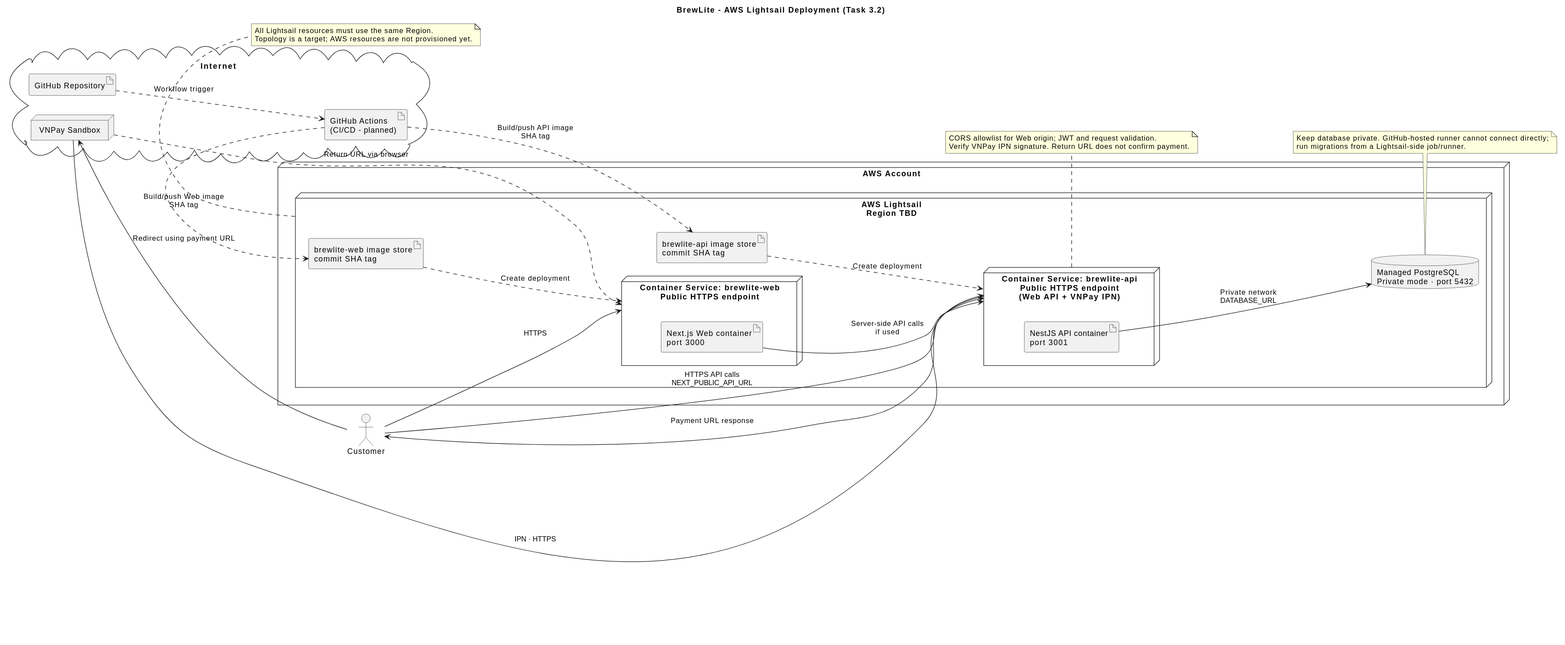
The PlantUML diagram docs/diagrams/deploymentDiagram.svg in VKhair/brewlite, before a commit.
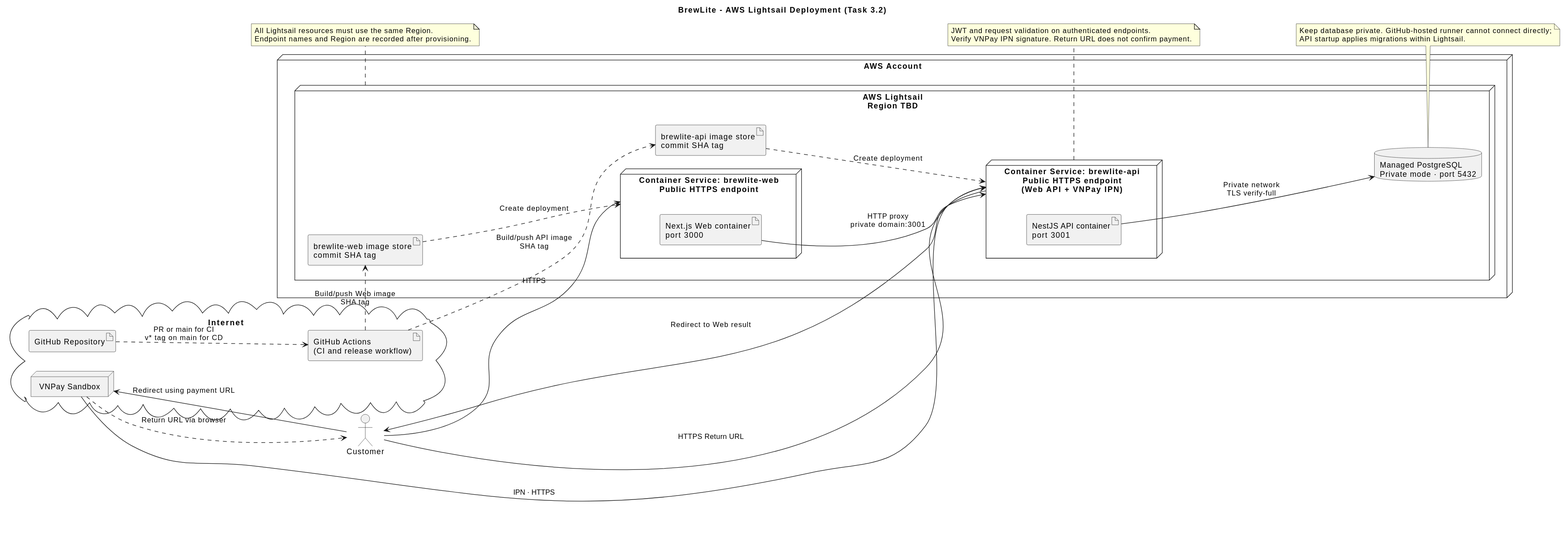
Above is the later version.

What changed in the source:
```diff
@@ -9,7 +9,7 @@
 cloud "Internet" as internet {
   node "VNPay Sandbox" as vnp
   artifact "GitHub Repository" as repo
-  artifact "GitHub Actions\n(CI/CD - planned)" as actions
+  artifact "GitHub Actions\n(CI and release workflow)" as actions
 }
 
 node "AWS Account" as aws {
@@ -30,15 +30,15 @@
 }
 
 customer --> webService : HTTPS
-customer --> apiService : HTTPS API calls\nNEXT_PUBLIC_API_URL
-apiService --> customer : Payment URL response
+customer --> apiService : HTTPS Return URL
+apiService --> customer : Redirect to Web result
 customer --> vnp : Redirect using payment URL
 vnp --> apiService : IPN · HTTPS
-vnp ..> webService : Return URL via browser
-web --> apiService : Server-side API calls\nif used
-api --> db : Private network\nDATABASE_URL
+vnp ..> customer : Return URL via browser
+web --> apiService : HTTP proxy\nprivate domain:3001
+api --> db : Private network\nTLS verify-full
 
-repo ..> actions : Workflow trigger
+repo ..> actions : PR or main for CI\nv* tag on main for CD
 actions ..> webImages : Build/push Web image\nSHA tag
 actions ..> apiImages : Build/push API image\nSHA tag
 webImages ..> webService : Create deployment
@@ -46,16 +46,16 @@
 
 note bottom of lightsail
 All Lightsail resources must use the same Region.
-Topology is a target; AWS resources are not provisioned yet.
+Endpoint names and Region are recorded after provisioning.
 end note
 
 note bottom of apiService
-CORS allowlist for Web origin; JWT and request validation.
+JWT and request validation on authenticated endpoints.
 Verify VNPay IPN signature. Return URL does not confirm payment.
 end note
 
 note bottom of db
 Keep database private. GitHub-hosted runner cannot connect directly;
-run migrations from a Lightsail-side job/runner.
+API startup applies migrations within Lightsail.
 end note
 @enduml
```
